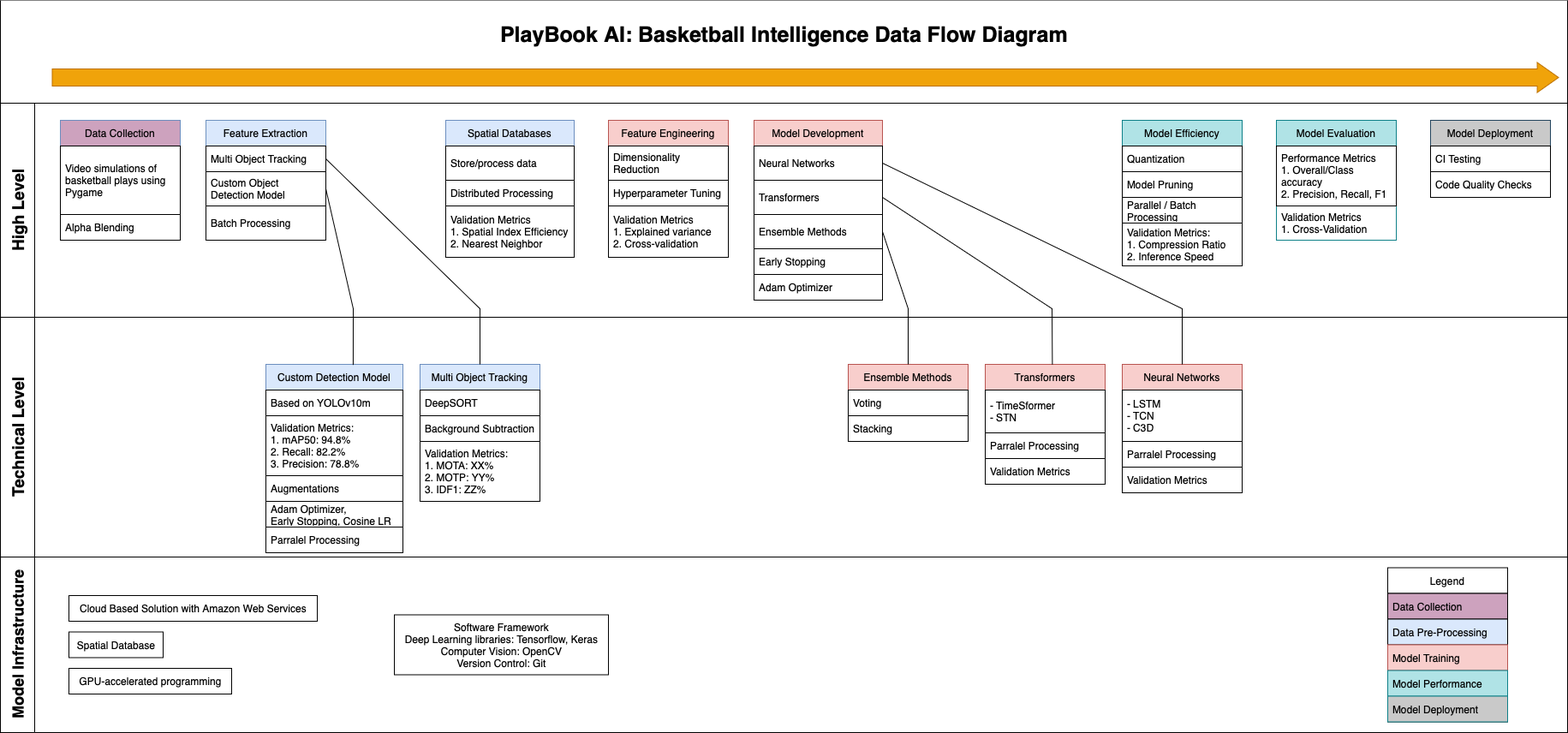
AbhishekR3/Basketball-PlayAnalysis keeps this draw.io diagram as assets/PlayBook-AI Data Flow Diagram.png. Above is the earlier version. Source tidied: cells renumbered, new cells last; positions are measured from the earlier drawing's top-left corner, leaving out a move shared by most shapes.
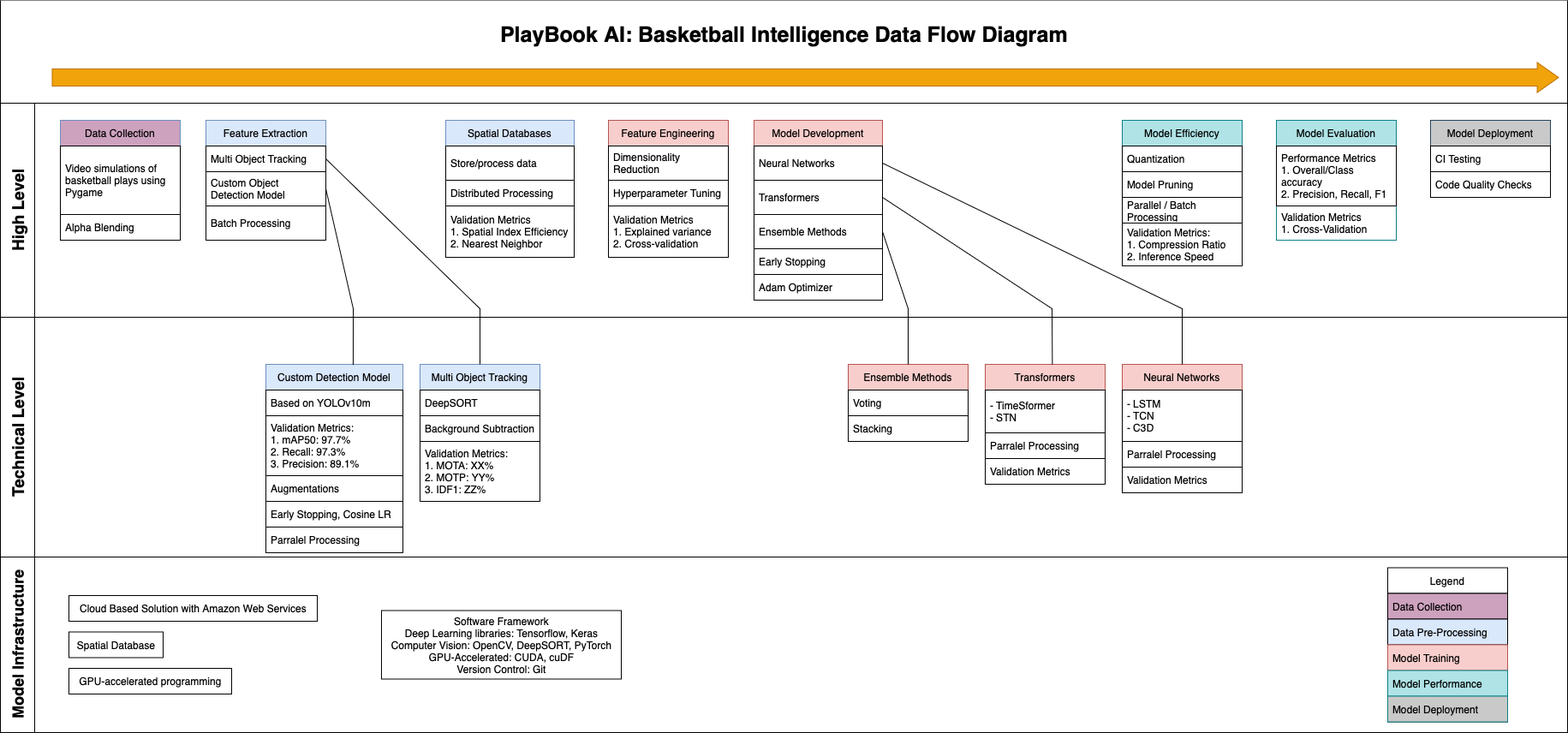
After the change.

The edit, as a diff of the source:
```diff
@@ -23,13 +23,13 @@
     <mxCell id="8" value="Based on YOLOv10m" style="text;strokeColor=default;fillColor=default;align=left;verticalAlign=middle;spacingLeft=4;spacingRight=4;overflow=hidden;whiteSpace=wrap;html=1;" parent="7" vertex="1">
       <mxGeometry y="30" width="160" height="30" as="geometry" />
     </mxCell>
-    <mxCell id="9" value="Validation Metrics: &amp;nbsp; &amp;nbsp; &amp;nbsp; &amp;nbsp; &amp;nbsp; &amp;nbsp; &amp;nbsp; 1. mAP50: 94.8%&lt;div&gt;2. Recall: 82.2%&lt;/div&gt;&lt;div&gt;3. Precision: 78.8%&lt;/div&gt;" style="text;strokeColor=default;fillColor=default;align=left;verticalAlign=middle;spacingLeft=4;spacingRight=4;overflow=hidden;whiteSpace=wrap;html=1;" parent="7" vertex="1">
+    <mxCell id="9" value="Validation Metrics: &amp;nbsp; &amp;nbsp; &amp;nbsp; &amp;nbsp; &amp;nbsp; &amp;nbsp; &amp;nbsp; 1. mAP50: 97.7%&lt;div&gt;2. Recall: 97.3%&lt;/div&gt;&lt;div&gt;3. Precision: 89.1%&lt;/div&gt;" style="text;strokeColor=default;fillColor=default;align=left;verticalAlign=middle;spacingLeft=4;spacingRight=4;overflow=hidden;whiteSpace=wrap;html=1;" parent="7" vertex="1">
       <mxGeometry y="60" width="160" height="70" as="geometry" />
     </mxCell>
     <mxCell id="10" value="Augmentations" style="text;strokeColor=default;fillColor=default;align=left;verticalAlign=middle;spacingLeft=4;spacingRight=4;overflow=hidden;whiteSpace=wrap;html=1;" parent="7" vertex="1">
       <mxGeometry y="130" width="160" height="30" as="geometry" />
     </mxCell>
-    <mxCell id="11" value="Adam Optimizer,&amp;nbsp;&lt;div&gt;Early Stopping, Cosine LR&lt;/div&gt;" style="text;strokeColor=default;fillColor=default;align=left;verticalAlign=middle;spacingLeft=4;spacingRight=4;overflow=hidden;whiteSpace=wrap;html=1;" parent="7" vertex="1">
+    <mxCell id="11" value="Early Stopping, Cosine LR" style="text;strokeColor=default;fillColor=default;align=left;verticalAlign=middle;spacingLeft=4;spacingRight=4;overflow=hidden;whiteSpace=wrap;html=1;" parent="7" vertex="1">
       <mxGeometry y="160" width="160" height="30" as="geometry" />
     </mxCell>
     <mxCell id="12" value="Parralel Processing" style="text;strokeColor=default;fillColor=default;align=left;verticalAlign=middle;spacingLeft=4;spacingRight=4;overflow=hidden;whiteSpace=wrap;html=1;" parent="7" vertex="1">
@@ -202,8 +202,8 @@
     <mxCell id="66" value="&lt;span style=&quot;background-color: rgb(201, 201, 201);&quot;&gt;Model Deployment&lt;/span&gt;" style="text;strokeColor=#0e8088;fillColor=#C9C9C9;align=left;verticalAlign=middle;spacingLeft=4;spacingRight=4;overflow=hidden;whiteSpace=wrap;html=1;" parent="61" vertex="1">
       <mxGeometry y="150" width="140" height="30" as="geometry" />
     </mxCell>
-    <mxCell id="67" value="&lt;div&gt;Software Framework&lt;/div&gt;Deep Learning libraries: Tensorflow, Keras&lt;div&gt;Computer Vision: OpenCV&lt;/div&gt;&lt;div&gt;Version Control: Git&lt;/div&gt;" style="text;html=1;align=center;verticalAlign=middle;strokeColor=default;fillColor=none;" parent="58" vertex="1">
-      <mxGeometry x="460" y="67.5" width="250" height="70" as="geometry" />
+    <mxCell id="67" value="&lt;div&gt;Software Framework&lt;/div&gt;Deep Learning libraries: Tensorflow, Keras&lt;div&gt;Computer Vision: OpenCV, DeepSORT, PyTorch&lt;/div&gt;&lt;div&gt;GPU-Accelerated: CUDA, cuDF&lt;/div&gt;&lt;div&gt;Version Control: Git&lt;/div&gt;" style="text;html=1;align=center;verticalAlign=middle;strokeColor=default;fillColor=none;" parent="58" vertex="1">
+      <mxGeometry x="445" y="62.5" width="280" height="80" as="geometry" />
     </mxCell>
     <mxCell id="68" value="&lt;div&gt;Spatial Database&lt;/div&gt;" style="text;html=1;align=center;verticalAlign=middle;strokeColor=default;fillColor=none;" parent="58" vertex="1">
       <mxGeometry x="80" y="87.5" width="110" height="30" as="geometry" />
```
